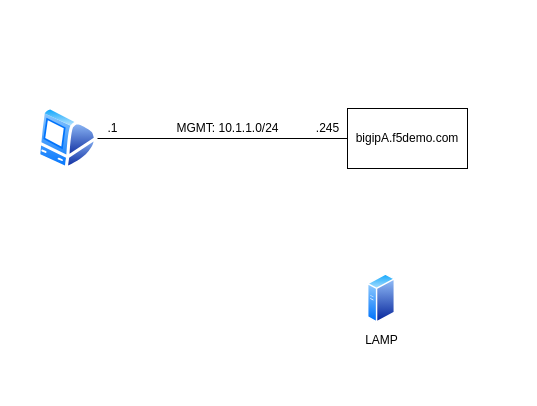
This is schema.drawio from erkac/f5-demo-lab, a draw.io file, before an edit. Source tidied: cells renumbered, new cells numbered last; positions are measured from the earlier drawing's top-left corner, leaving out a move shared by most shapes. Both pictures are drawn from the tidied source at 100%, with x=0, y=0 at pixel (37, 106).
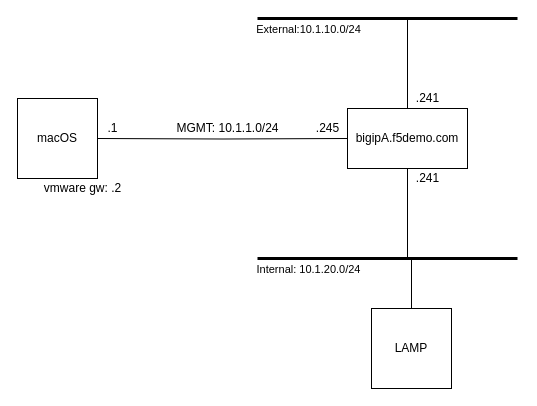
The same diagram, later.

Unchanged cells that the change refers to:
```xml
<mxCell id="4" value="bigipA.f5demo.com" style="rounded=0;whiteSpace=wrap;html=1;" parent="1" vertex="1">
  <mxGeometry x="310" y="2" width="120" height="60" as="geometry" />
</mxCell>
```

The edit, as a diff of the source:
```diff
@@
-    <mxCell id="2" value="LAMP" style="perimeter=ellipsePerimeter;html=1;align=center;shadow=0;dashed=0;spacingTop=3;image;image=img/lib/active_directory/generic_server.svg;" parent="1" vertex="1">
-      <mxGeometry x="330" y="167" width="28" height="50" as="geometry" />
-    </mxCell>
@@
-    <mxCell id="5" style="edgeStyle=orthogonalEdgeStyle;rounded=0;jettySize=auto;html=1;entryX=0;entryY=0.5;entryDx=0;entryDy=0;endArrow=none;endFill=0;" parent="1" edge="1" source="6" target="4">
-      <mxGeometry relative="1" as="geometry" />
+    <mxCell id="5" style="edgeStyle=orthogonalEdgeStyle;rounded=0;jettySize=auto;html=1;entryX=0;entryY=0.5;entryDx=0;entryDy=0;endArrow=none;endFill=0;" parent="1" edge="1" target="4">
+      <mxGeometry relative="1" as="geometry">
+        <mxPoint x="60" y="32" as="sourcePoint" />
+      </mxGeometry>
     </mxCell>
-    <mxCell id="6" style="perimeter=ellipsePerimeter;html=1;align=center;shadow=0;dashed=0;spacingTop=3;image;image=img/lib/active_directory/mac_client.svg;" parent="1" vertex="1">
-      <mxGeometry y="0.1" width="60" height="63.8" as="geometry" />
-    </mxCell>
@@
+    <mxCell id="10" style="endArrow=none;html=1;strokeWidth=3;" parent="1" edge="1">
+      <mxGeometry relative="1" as="geometry">
+        <mxPoint x="220" y="-88" as="sourcePoint" />
+        <mxPoint x="480" y="-88" as="targetPoint" />
+      </mxGeometry>
+    </mxCell>
+    <mxCell id="11" value="External:10.1.10.0/24" style="edgeLabel;html=1;align=center;verticalAlign=middle;" parent="10" vertex="1">
+      <mxGeometry x="-0.25" y="-5" relative="1" as="geometry">
+        <mxPoint x="-48" y="5" as="offset" />
+      </mxGeometry>
+    </mxCell>
+    <mxCell id="12" style="endArrow=none;html=1;strokeWidth=3;" parent="1" edge="1">
+      <mxGeometry relative="1" as="geometry">
+        <mxPoint x="220" y="152" as="sourcePoint" />
+        <mxPoint x="480" y="152" as="targetPoint" />
+      </mxGeometry>
+    </mxCell>
+    <mxCell id="13" value="Internal: 10.1.20.0/24" style="edgeLabel;html=1;align=center;verticalAlign=middle;" parent="12" vertex="1">
+      <mxGeometry x="-0.25" y="-5" relative="1" as="geometry">
+        <mxPoint x="-48" y="5" as="offset" />
+      </mxGeometry>
+    </mxCell>
+    <mxCell id="14" style="endArrow=none;html=1;strokeWidth=1;exitX=0.5;exitY=0;exitDx=0;exitDy=0;" parent="1" edge="1" source="4">
+      <mxGeometry relative="1" as="geometry">
+        <mxPoint x="370" y="-88" as="targetPoint" />
+      </mxGeometry>
+    </mxCell>
+    <mxCell id="15" style="endArrow=none;html=1;strokeWidth=1;entryX=0.5;entryY=1;entryDx=0;entryDy=0;" parent="1" edge="1" target="4">
+      <mxGeometry relative="1" as="geometry">
+        <mxPoint x="370" y="152" as="sourcePoint" />
+      </mxGeometry>
+    </mxCell>
+    <mxCell id="2" value="LAMP" style="whiteSpace=wrap;html=1;" parent="1" vertex="1">
+      <mxGeometry x="334" y="202" width="80" height="80" as="geometry" />
+    </mxCell>
+    <mxCell id="16" style="endArrow=none;html=1;strokeWidth=1;entryX=0.5;entryY=0;entryDx=0;entryDy=0;" parent="1" edge="1" target="2">
+      <mxGeometry relative="1" as="geometry">
+        <mxPoint x="374" y="152" as="sourcePoint" />
+      </mxGeometry>
+    </mxCell>
+    <mxCell id="17" value="macOS" style="whiteSpace=wrap;html=1;" parent="1" vertex="1">
+      <mxGeometry x="-20" y="-8" width="80" height="80" as="geometry" />
+    </mxCell>
+    <mxCell id="18" value="vmware gw: .2" style="text;html=1;align=center;verticalAlign=middle;fillColor=none;strokeColor=none;rounded=0;" parent="1" vertex="1">
+      <mxGeometry y="72" width="90" height="20" as="geometry" />
+    </mxCell>
+    <mxCell id="19" value=".241" style="text;html=1;align=center;verticalAlign=middle;fillColor=none;strokeColor=none;rounded=0;" parent="1" vertex="1">
+      <mxGeometry x="370" y="-18" width="40" height="20" as="geometry" />
+    </mxCell>
+    <mxCell id="20" value=".241" style="text;html=1;align=center;verticalAlign=middle;fillColor=none;strokeColor=none;rounded=0;" parent="1" vertex="1">
+      <mxGeometry x="370" y="62" width="40" height="20" as="geometry" />
+    </mxCell>
```
